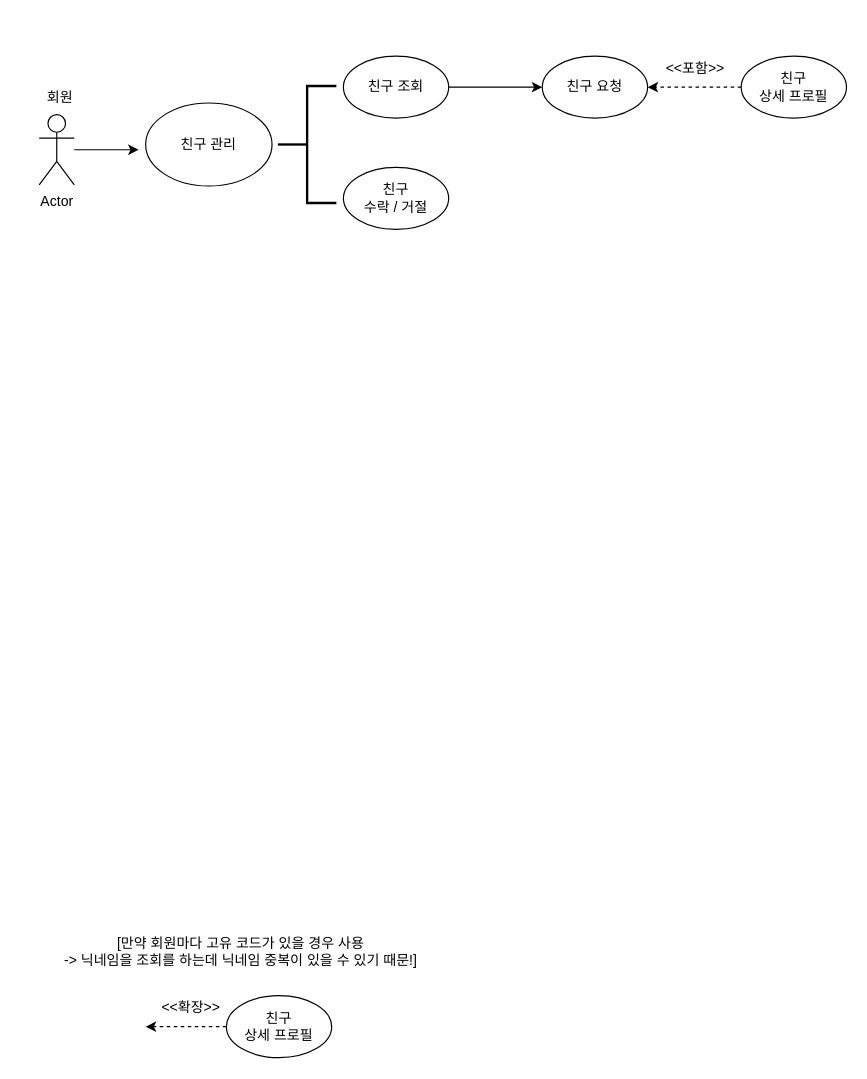
This is 제목 없는 다이어그램.drawio from seohye1/basicJava, a draw.io file, before an edit. Source tidied: cells renumbered, new cells numbered last; positions are measured from the earlier drawing's top-left corner, leaving out a move shared by most shapes. Both pictures are drawn from the tidied source at 117%, with x=0, y=0 at pixel (20, 50).
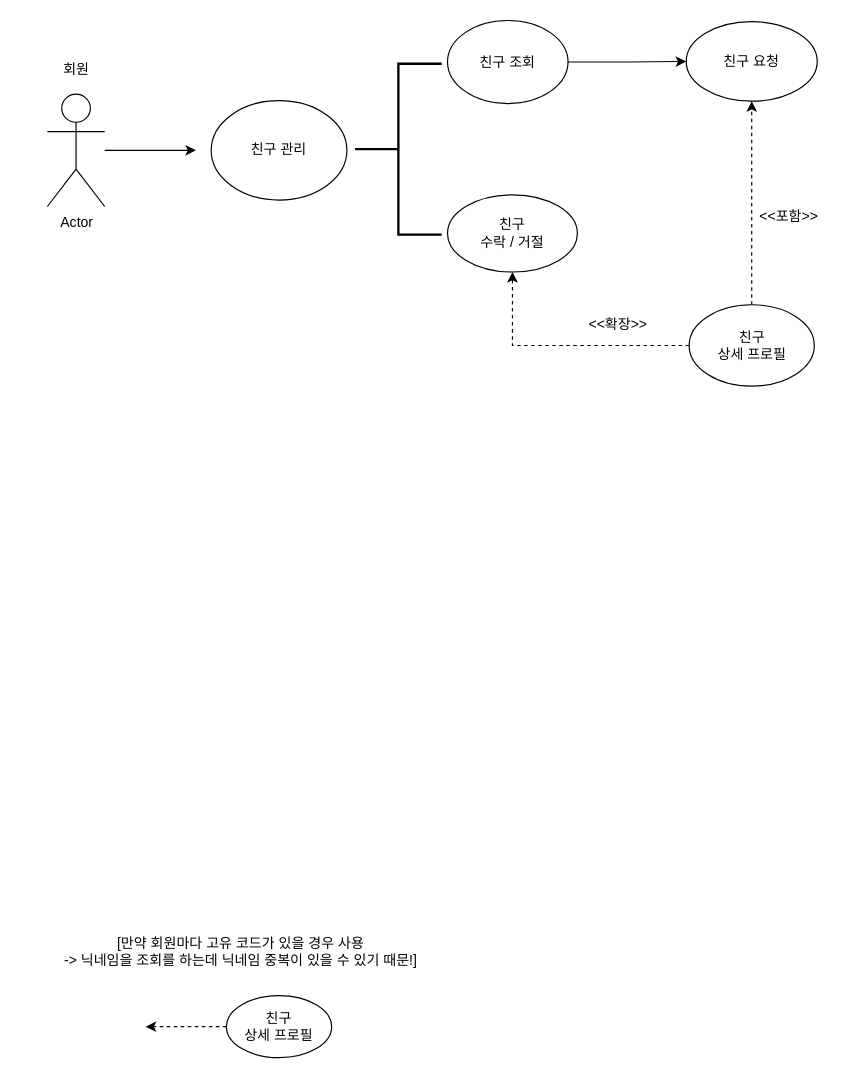
Above is the later version.

Commit message:
친구관리.drawio 업데이트

Diff of the diagram source:
```diff
@@
     <mxCell id="2" style="edgeStyle=orthogonalEdgeStyle;rounded=0;jettySize=auto;html=1;" parent="1" edge="1" source="3">
       <mxGeometry relative="1" as="geometry">
-        <mxPoint x="101" y="84.5" as="targetPoint" />
+        <mxPoint x="150" y="85" as="targetPoint" />
       </mxGeometry>
     </mxCell>
     <mxCell id="3" value="Actor" style="shape=umlActor;verticalLabelPosition=bottom;verticalAlign=top;html=1;outlineConnect=0;" parent="1" vertex="1">
-      <mxGeometry x="16" y="54.5" width="30" height="60" as="geometry" />
+      <mxGeometry x="23" y="37" width="49" height="96" as="geometry" />
     </mxCell>
     <mxCell id="4" value="회원" style="text;html=1;strokeColor=none;fillColor=none;align=center;verticalAlign=middle;whiteSpace=wrap;rounded=0;" parent="1" vertex="1">
-      <mxGeometry x="4" y="24.5" width="60" height="30" as="geometry" />
+      <mxGeometry x="17.5" y="0.5" width="60" height="30" as="geometry" />
     </mxCell>
     <mxCell id="5" value="친구 관리" style="ellipse;whiteSpace=wrap;html=1;" parent="1" vertex="1">
-      <mxGeometry x="107" y="44.5" width="108" height="71" as="geometry" />
+      <mxGeometry x="163" y="42.5" width="116" height="85" as="geometry" />
     </mxCell>
     <mxCell id="6" style="strokeWidth=2;html=1;shape=mxgraph.flowchart.annotation_2;align=left;labelPosition=right;" parent="1" vertex="1">
-      <mxGeometry x="220" y="30" width="50" height="100" as="geometry" />
+      <mxGeometry x="286" y="11" width="74" height="146" as="geometry" />
     </mxCell>
@@
     <mxCell id="8" value="친구 조회" style="ellipse;whiteSpace=wrap;html=1;" parent="1" vertex="1">
-      <mxGeometry x="276" y="4.5" width="90" height="53" as="geometry" />
+      <mxGeometry x="365" y="-26" width="103" height="71" as="geometry" />
     </mxCell>
     <mxCell id="9" value="친구 &lt;br&gt;수락 / 거절" style="ellipse;whiteSpace=wrap;html=1;" parent="1" vertex="1">
-      <mxGeometry x="276" y="99.5" width="90" height="53" as="geometry" />
+      <mxGeometry x="365" y="123" width="111" height="66" as="geometry" />
     </mxCell>
@@
     <mxCell id="12" value="&amp;lt;&amp;lt;확장&amp;gt;&amp;gt;" style="text;html=1;strokeColor=none;fillColor=none;align=center;verticalAlign=middle;whiteSpace=wrap;rounded=0;" parent="1" vertex="1">
-      <mxGeometry x="116" y="803" width="60" height="30" as="geometry" />
+      <mxGeometry x="481" y="219" width="60" height="30" as="geometry" />
     </mxCell>
@@
     <mxCell id="14" value="친구 요청" style="ellipse;whiteSpace=wrap;html=1;" parent="1" vertex="1">
-      <mxGeometry x="446" y="4.5" width="90" height="53" as="geometry" />
+      <mxGeometry x="569" y="-25" width="112" height="68" as="geometry" />
     </mxCell>
@@
+    <mxCell id="18" style="edgeStyle=orthogonalEdgeStyle;rounded=0;jettySize=auto;html=1;dashed=1;" parent="1" edge="1" source="16" target="9">
+      <mxGeometry relative="1" as="geometry" />
+    </mxCell>
     <mxCell id="16" value="친구 &lt;br&gt;상세 프로필" style="ellipse;whiteSpace=wrap;html=1;" parent="1" vertex="1">
-      <mxGeometry x="616" y="4.5" width="90" height="53" as="geometry" />
+      <mxGeometry x="571.5" y="217" width="107" height="69.5" as="geometry" />
     </mxCell>
     <mxCell id="17" value="&amp;lt;&amp;lt;포함&amp;gt;&amp;gt;" style="text;html=1;strokeColor=none;fillColor=none;align=center;verticalAlign=middle;whiteSpace=wrap;rounded=0;" parent="1" vertex="1">
-      <mxGeometry x="547" width="60" height="30" as="geometry" />
+      <mxGeometry x="627" y="127" width="60" height="30" as="geometry" />
     </mxCell>
```
